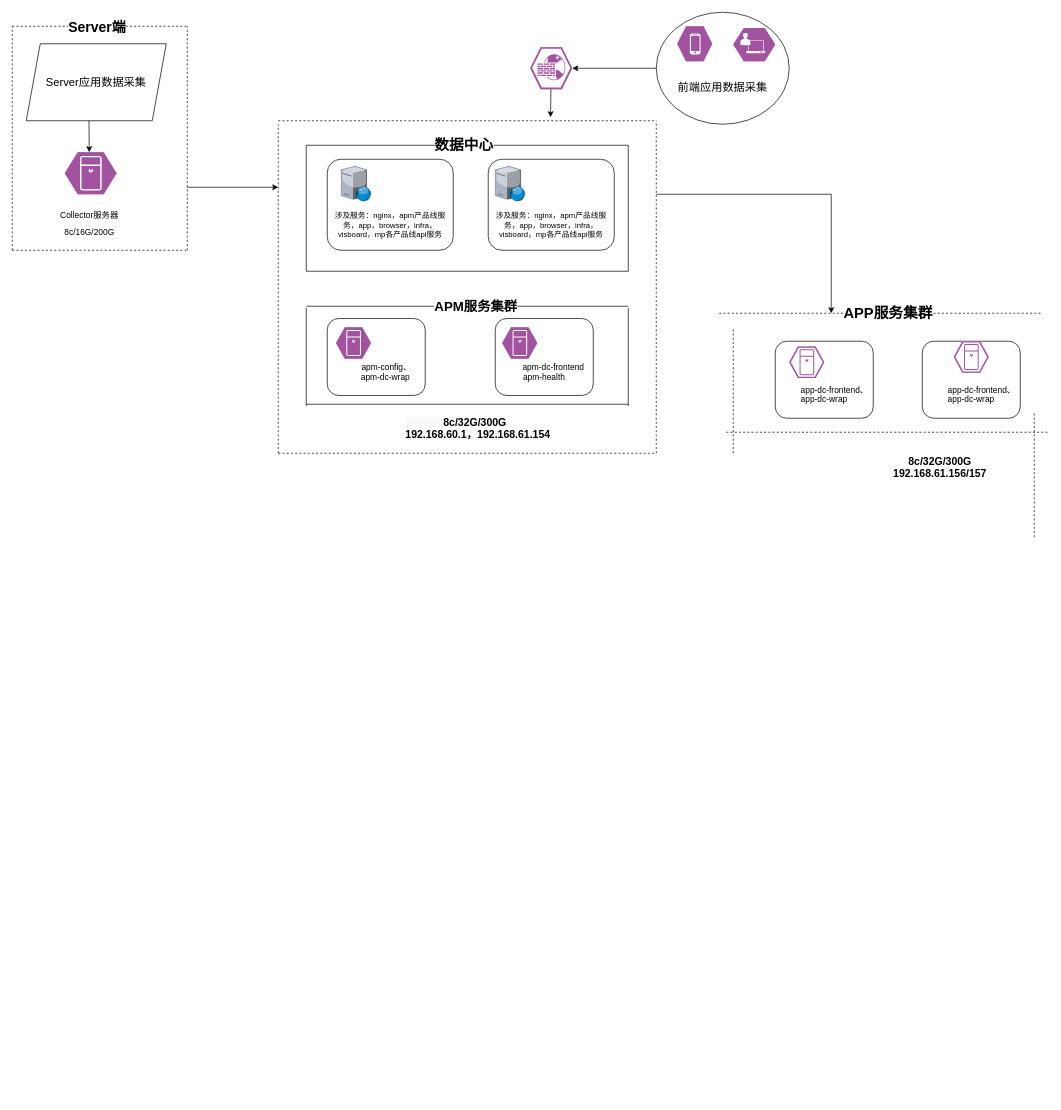
Earlier version of the draw.io diagram 联合利华.drawio (zeng0550/free-programming-books). Source tidied: cells renumbered, new cells numbered last; positions are measured from the earlier drawing's top-left corner, leaving out a move shared by most shapes. Both pictures are drawn from the tidied source at 70%, with x=0, y=0 at pixel (12, 12).
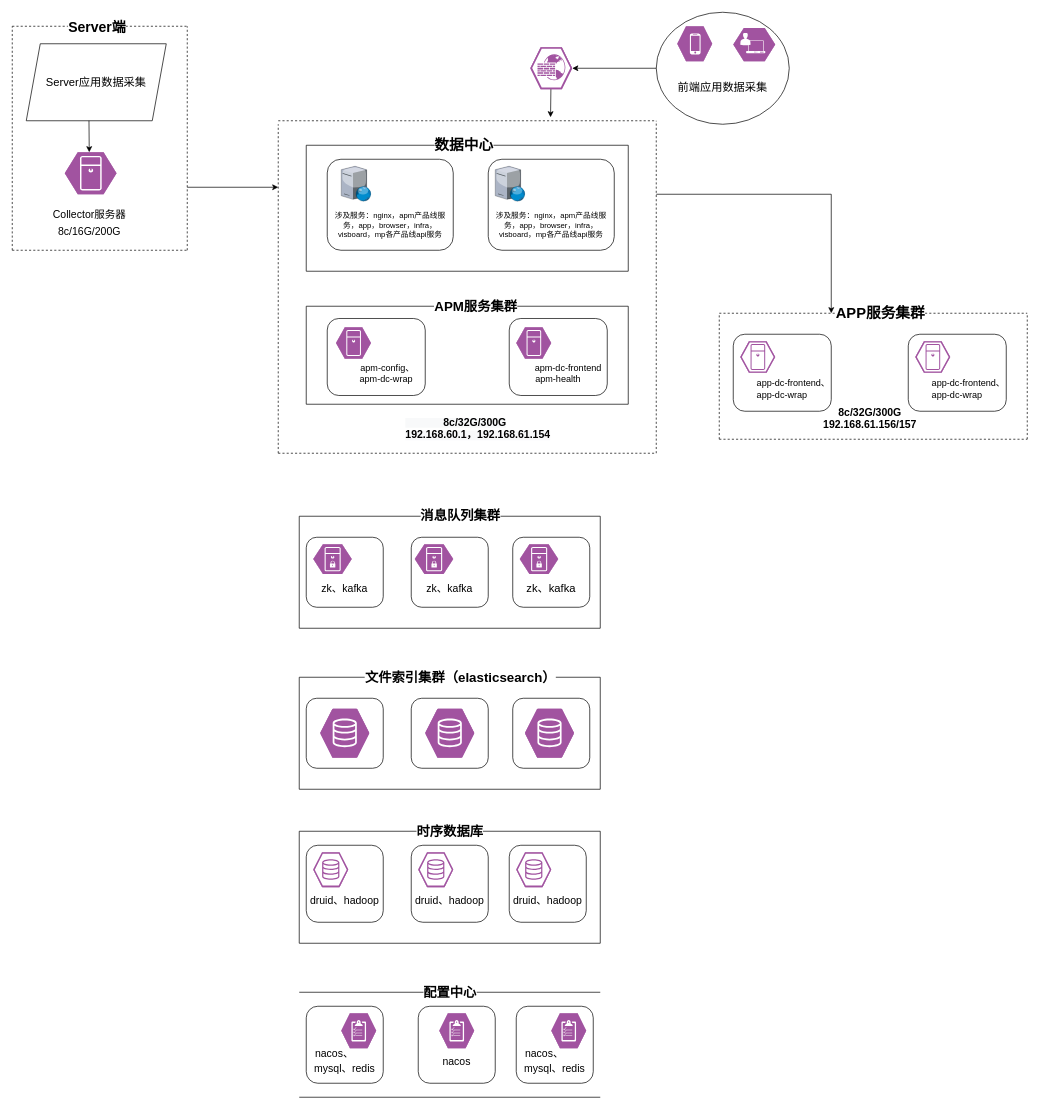
The same diagram, later.

Commit message (it also covers changes not shown here):
更新联合利华.drawio

What changed in the source:
```diff
@@
-    <mxCell id="14" value="&lt;font style=&quot;font-size: 12px;&quot;&gt;Collector服务器&lt;br&gt;8c/16G/200G&lt;/font&gt;" style="text;html=1;align=center;verticalAlign=middle;strokeColor=none;fillColor=none;fontSize=19;" parent="1" vertex="1">
-      <mxGeometry x="60" y="270" width="100" height="60" as="geometry" />
+    <mxCell id="14" value="&lt;font style=&quot;font-size: 15px;&quot;&gt;Collector服务器&lt;br&gt;8c/16G/200G&lt;/font&gt;" style="text;html=1;align=center;verticalAlign=middle;strokeColor=none;fillColor=none;fontSize=19;" parent="1" vertex="1">
+      <mxGeometry x="45" y="270" width="130" height="60" as="geometry" />
     </mxCell>
@@
     <mxCell id="27" style="endArrow=none;dashed=1;html=1;rounded=0;fontSize=11;" parent="1" edge="1">
       <mxGeometry relative="1" as="geometry">
         <mxPoint x="1010" y="430" as="sourcePoint" />
-        <mxPoint x="1470" y="430" as="targetPoint" />
+        <mxPoint x="1450" y="430" as="targetPoint" />
       </mxGeometry>
     </mxCell>
@@
     <mxCell id="29" style="endArrow=none;dashed=1;html=1;rounded=0;fontSize=11;" parent="1" edge="1">
       <mxGeometry relative="1" as="geometry">
-        <mxPoint x="1020" y="600" as="sourcePoint" />
-        <mxPoint x="1480" y="600" as="targetPoint" />
+        <mxPoint x="1010" y="610" as="sourcePoint" />
+        <mxPoint x="1450" y="610" as="targetPoint" />
       </mxGeometry>
     </mxCell>
     <mxCell id="30" style="endArrow=none;dashed=1;html=1;rounded=0;fontSize=11;" parent="1" edge="1">
       <mxGeometry relative="1" as="geometry">
-        <mxPoint x="1030" y="630" as="sourcePoint" />
-        <mxPoint x="1030" y="450" as="targetPoint" />
+        <mxPoint x="1010" y="610" as="sourcePoint" />
+        <mxPoint x="1010" y="430" as="targetPoint" />
       </mxGeometry>
     </mxCell>
     <mxCell id="31" style="endArrow=none;dashed=1;html=1;rounded=0;fontSize=11;" parent="1" edge="1">
       <mxGeometry relative="1" as="geometry">
-        <mxPoint x="1460" y="750" as="sourcePoint" />
-        <mxPoint x="1460" y="570" as="targetPoint" />
+        <mxPoint x="1450" y="610" as="sourcePoint" />
+        <mxPoint x="1450" y="430" as="targetPoint" />
       </mxGeometry>
     </mxCell>
-    <mxCell id="32" value="&lt;font style=&quot;font-size: 12px;&quot;&gt;&amp;nbsp; &amp;nbsp; &amp;nbsp;&lt;br&gt;&lt;br&gt;&amp;nbsp; &amp;nbsp; &amp;nbsp; &lt;br&gt;&amp;nbsp; &amp;nbsp; &amp;nbsp; &amp;nbsp; &amp;nbsp;app-dc-frontend、&lt;br&gt;app-dc-wrap&lt;/font&gt;" style="rounded=1;whiteSpace=wrap;html=1;" parent="1" vertex="1">
-      <mxGeometry x="1090" y="470" width="140" height="110" as="geometry" />
+    <mxCell id="32" value="&lt;font style=&quot;font-size: 13px;&quot;&gt;&amp;nbsp; &amp;nbsp; &amp;nbsp;&lt;br&gt;&lt;br&gt;&amp;nbsp; &amp;nbsp; &amp;nbsp; &lt;br&gt;&amp;nbsp; &amp;nbsp; &amp;nbsp; &amp;nbsp; &amp;nbsp;app-dc-frontend、&lt;br&gt;app-dc-wrap&lt;/font&gt;" style="rounded=1;whiteSpace=wrap;html=1;" parent="1" vertex="1">
+      <mxGeometry x="1030" y="460" width="140" height="110" as="geometry" />
     </mxCell>
     <mxCell id="33" style="verticalLabelPosition=bottom;sketch=0;html=1;fillColor=#A153A0;strokeColor=#ffffff;verticalAlign=top;align=center;shape=mxgraph.cisco_safe.compositeIcon;bgIcon=mxgraph.cisco_safe.design.blank_device;resIcon=mxgraph.cisco_safe.design.server_4;" parent="1" vertex="1">
-      <mxGeometry x="1110" y="477.5" width="50" height="45" as="geometry" />
+      <mxGeometry x="1040" y="470" width="50" height="45" as="geometry" />
     </mxCell>
-    <mxCell id="34" value="&lt;font style=&quot;font-size: 12px;&quot;&gt;&amp;nbsp; &amp;nbsp; &amp;nbsp;&lt;br&gt;&lt;br&gt;&amp;nbsp; &amp;nbsp; &amp;nbsp; &lt;br&gt;&amp;nbsp; &amp;nbsp; &amp;nbsp; &amp;nbsp; &amp;nbsp;app-dc-frontend、&lt;br&gt;app-dc-wrap&lt;/font&gt;" style="rounded=1;whiteSpace=wrap;html=1;" parent="1" vertex="1">
-      <mxGeometry x="1300" y="470" width="140" height="110" as="geometry" />
+    <mxCell id="34" value="&lt;font style=&quot;font-size: 13px;&quot;&gt;&amp;nbsp; &amp;nbsp; &amp;nbsp;&lt;br&gt;&lt;br&gt;&amp;nbsp; &amp;nbsp; &amp;nbsp; &lt;br&gt;&amp;nbsp; &amp;nbsp; &amp;nbsp; &amp;nbsp; &amp;nbsp;app-dc-frontend、&lt;br&gt;app-dc-wrap&lt;/font&gt;" style="rounded=1;whiteSpace=wrap;html=1;" parent="1" vertex="1">
+      <mxGeometry x="1280" y="460" width="140" height="110" as="geometry" />
     </mxCell>
     <mxCell id="35" style="verticalLabelPosition=bottom;sketch=0;html=1;fillColor=#A153A0;strokeColor=#ffffff;verticalAlign=top;align=center;shape=mxgraph.cisco_safe.compositeIcon;bgIcon=mxgraph.cisco_safe.design.blank_device;resIcon=mxgraph.cisco_safe.design.server_4;" parent="1" vertex="1">
-      <mxGeometry x="1345" y="470" width="50" height="45" as="geometry" />
+      <mxGeometry x="1290" y="470" width="50" height="45" as="geometry" />
     </mxCell>
     <mxCell id="36" value="&lt;b&gt;&lt;font style=&quot;font-size: 15px;&quot;&gt;8c/32G/300G&lt;br&gt;192.168.61.156/157&lt;br&gt;&lt;/font&gt;&lt;/b&gt;" style="text;html=1;align=center;verticalAlign=middle;strokeColor=none;fillColor=none;fontSize=12;" parent="1" vertex="1">
-      <mxGeometry x="1250" y="630" width="150" height="40" as="geometry" />
+      <mxGeometry x="1150" y="560" width="150" height="40" as="geometry" />
     </mxCell>
@@
-    <mxCell id="39" value="&lt;font style=&quot;font-size: 12px;&quot;&gt;&amp;nbsp; &amp;nbsp; &amp;nbsp;&lt;br&gt;&lt;br&gt;&amp;nbsp; &amp;nbsp; &amp;nbsp; &lt;br&gt;&amp;nbsp; &amp;nbsp; &amp;nbsp; &amp;nbsp; &amp;nbsp;apm-config、&lt;br&gt;&amp;nbsp; &amp;nbsp; &amp;nbsp; &amp;nbsp; apm-dc-wrap&lt;/font&gt;" style="rounded=1;whiteSpace=wrap;html=1;" parent="1" vertex="1">
+    <mxCell id="39" value="&lt;font style=&quot;font-size: 13px;&quot;&gt;&amp;nbsp; &amp;nbsp; &amp;nbsp;&lt;br&gt;&lt;br&gt;&amp;nbsp; &amp;nbsp; &amp;nbsp; &lt;br&gt;&amp;nbsp; &amp;nbsp; &amp;nbsp; &amp;nbsp; &amp;nbsp;apm-config、&lt;br&gt;&amp;nbsp; &amp;nbsp; &amp;nbsp; &amp;nbsp; apm-dc-wrap&lt;/font&gt;" style="rounded=1;whiteSpace=wrap;html=1;" parent="1" vertex="1">
       <mxGeometry x="450" y="437.5" width="140" height="110" as="geometry" />
     </mxCell>
-    <mxCell id="40" value="&lt;font style=&quot;font-size: 12px;&quot;&gt;&amp;nbsp; &amp;nbsp; &amp;nbsp;&lt;br&gt;&lt;br&gt;&amp;nbsp; &amp;nbsp; &amp;nbsp; &lt;br&gt;&amp;nbsp; &amp;nbsp; &amp;nbsp; &amp;nbsp; &amp;nbsp;apm-dc-frontend&amp;nbsp; apm-health&lt;br&gt;&lt;/font&gt;" style="rounded=1;whiteSpace=wrap;html=1;" parent="1" vertex="1">
-      <mxGeometry x="690" y="437.5" width="140" height="110" as="geometry" />
+    <mxCell id="40" value="&lt;font style=&quot;font-size: 13px;&quot;&gt;&amp;nbsp; &amp;nbsp; &amp;nbsp;&lt;br&gt;&lt;br&gt;&amp;nbsp; &amp;nbsp; &amp;nbsp; &lt;br&gt;&amp;nbsp; &amp;nbsp; &amp;nbsp; &amp;nbsp; &amp;nbsp;apm-dc-frontend&amp;nbsp; apm-health&lt;br&gt;&lt;/font&gt;" style="rounded=1;whiteSpace=wrap;html=1;" parent="1" vertex="1">
+      <mxGeometry x="710" y="437.5" width="140" height="110" as="geometry" />
     </mxCell>
@@
     <mxCell id="42" style="verticalLabelPosition=bottom;sketch=0;html=1;fillColor=#A153A0;strokeColor=#ffffff;verticalAlign=top;align=center;shape=mxgraph.cisco_safe.compositeIcon;bgIcon=mxgraph.cisco_safe.design.blank_device;resIcon=mxgraph.cisco_safe.design.server_2;" parent="1" vertex="1">
-      <mxGeometry x="700" y="450" width="50" height="45" as="geometry" />
+      <mxGeometry x="720" y="450" width="50" height="45" as="geometry" />
     </mxCell>
@@
     <mxCell id="46" style="endArrow=none;html=1;rounded=0;fontSize=11;" parent="1" edge="1">
       <mxGeometry relative="1" as="geometry">
-        <mxPoint x="420" y="562.5" as="sourcePoint" />
-        <mxPoint x="420" y="422.5" as="targetPoint" />
+        <mxPoint x="420" y="560" as="sourcePoint" />
+        <mxPoint x="420" y="420" as="targetPoint" />
       </mxGeometry>
     </mxCell>
     <mxCell id="47" style="endArrow=none;html=1;rounded=0;fontSize=11;" parent="1" edge="1">
       <mxGeometry relative="1" as="geometry">
-        <mxPoint x="880" y="562.5" as="sourcePoint" />
-        <mxPoint x="880" y="422.5" as="targetPoint" />
+        <mxPoint x="880" y="560" as="sourcePoint" />
+        <mxPoint x="880" y="420" as="targetPoint" />
         <Array as="points">
           <mxPoint x="880" y="482.5" />
         </Array>
       </mxGeometry>
     </mxCell>
@@
+    <mxCell id="52" style="endArrow=none;html=1;rounded=0;strokeColor=default;fontSize=19;" parent="1" edge="1">
+      <mxGeometry relative="1" as="geometry">
+        <mxPoint x="410" y="880" as="sourcePoint" />
+        <mxPoint x="410" y="720" as="targetPoint" />
+      </mxGeometry>
+    </mxCell>
+    <mxCell id="53" style="endArrow=none;html=1;rounded=0;strokeColor=default;fontSize=19;" parent="1" edge="1">
+      <mxGeometry relative="1" as="geometry">
+        <mxPoint x="840" y="880" as="sourcePoint" />
+        <mxPoint x="840" y="720" as="targetPoint" />
+      </mxGeometry>
+    </mxCell>
+    <mxCell id="54" style="endArrow=none;html=1;rounded=0;strokeColor=default;fontSize=19;" parent="1" edge="1">
+      <mxGeometry relative="1" as="geometry">
+        <mxPoint x="410" y="720" as="sourcePoint" />
+        <mxPoint x="840" y="720" as="targetPoint" />
+      </mxGeometry>
+    </mxCell>
+    <mxCell id="55" value="&lt;b&gt;消息队列集群&lt;/b&gt;" style="edgeLabel;html=1;align=center;verticalAlign=middle;fontSize=19;" parent="54" vertex="1">
+      <mxGeometry x="0.34" y="1" relative="1" as="geometry">
+        <mxPoint x="-59" as="offset" />
+      </mxGeometry>
+    </mxCell>
+    <mxCell id="56" style="endArrow=none;html=1;rounded=0;strokeColor=default;fontSize=19;" parent="1" edge="1">
+      <mxGeometry relative="1" as="geometry">
+        <mxPoint x="410" y="880" as="sourcePoint" />
+        <mxPoint x="840" y="880" as="targetPoint" />
+      </mxGeometry>
+    </mxCell>
+    <mxCell id="57" value="&amp;nbsp; &amp;nbsp; &amp;nbsp;&lt;br&gt;&lt;br&gt;&lt;font style=&quot;font-size: 15px;&quot;&gt;zk、kafka&lt;/font&gt;" style="rounded=1;whiteSpace=wrap;html=1;fontSize=19;" parent="1" vertex="1">
+      <mxGeometry x="420" y="750" width="110" height="100" as="geometry" />
+    </mxCell>
+    <mxCell id="58" style="verticalLabelPosition=bottom;sketch=0;html=1;fillColor=#A153A0;strokeColor=#ffffff;verticalAlign=top;align=center;shape=mxgraph.cisco_safe.compositeIcon;bgIcon=mxgraph.cisco_safe.design.blank_device;resIcon=mxgraph.cisco_safe.design.server_1;fontSize=19;" parent="1" vertex="1">
+      <mxGeometry x="430" y="760" width="55" height="42.5" as="geometry" />
+    </mxCell>
+    <mxCell id="59" value="&amp;nbsp; &amp;nbsp; &amp;nbsp;&lt;br&gt;&lt;br&gt;&lt;font style=&quot;font-size: 15px;&quot;&gt;zk、kafka&lt;/font&gt;" style="rounded=1;whiteSpace=wrap;html=1;fontSize=19;" parent="1" vertex="1">
+      <mxGeometry x="570" y="750" width="110" height="100" as="geometry" />
+    </mxCell>
+    <mxCell id="60" value="&amp;nbsp; &amp;nbsp; &amp;nbsp;&lt;br&gt;&lt;br&gt;&lt;font style=&quot;font-size: 16px;&quot;&gt;zk、kafka&lt;/font&gt;" style="rounded=1;whiteSpace=wrap;html=1;fontSize=19;" parent="1" vertex="1">
+      <mxGeometry x="715" y="750" width="110" height="100" as="geometry" />
+    </mxCell>
+    <mxCell id="61" style="verticalLabelPosition=bottom;sketch=0;html=1;fillColor=#A153A0;strokeColor=#ffffff;verticalAlign=top;align=center;shape=mxgraph.cisco_safe.compositeIcon;bgIcon=mxgraph.cisco_safe.design.blank_device;resIcon=mxgraph.cisco_safe.design.server_1;fontSize=19;" parent="1" vertex="1">
+      <mxGeometry x="575" y="760" width="55" height="42.5" as="geometry" />
+    </mxCell>
+    <mxCell id="62" style="verticalLabelPosition=bottom;sketch=0;html=1;fillColor=#A153A0;strokeColor=#ffffff;verticalAlign=top;align=center;shape=mxgraph.cisco_safe.compositeIcon;bgIcon=mxgraph.cisco_safe.design.blank_device;resIcon=mxgraph.cisco_safe.design.server_1;fontSize=19;" parent="1" vertex="1">
+      <mxGeometry x="725" y="760" width="55" height="42.5" as="geometry" />
+    </mxCell>
+    <mxCell id="63" style="endArrow=none;html=1;rounded=0;strokeColor=default;fontSize=19;" parent="1" edge="1">
+      <mxGeometry relative="1" as="geometry">
+        <mxPoint x="410" y="950" as="sourcePoint" />
+        <mxPoint x="840" y="950" as="targetPoint" />
+      </mxGeometry>
+    </mxCell>
+    <mxCell id="64" value="&lt;b&gt;文件索引集群（elasticsearch）&lt;/b&gt;" style="edgeLabel;html=1;align=center;verticalAlign=middle;fontSize=19;" parent="63" vertex="1">
+      <mxGeometry x="0.34" y="1" relative="1" as="geometry">
+        <mxPoint x="-59" y="1" as="offset" />
+      </mxGeometry>
+    </mxCell>
+    <mxCell id="65" style="endArrow=none;html=1;rounded=0;strokeColor=default;fontSize=19;" parent="1" edge="1">
+      <mxGeometry relative="1" as="geometry">
+        <mxPoint x="410" y="1110" as="sourcePoint" />
+        <mxPoint x="840" y="1110" as="targetPoint" />
+      </mxGeometry>
+    </mxCell>
+    <mxCell id="66" style="endArrow=none;html=1;rounded=0;strokeColor=default;fontSize=19;" parent="1" edge="1">
+      <mxGeometry relative="1" as="geometry">
+        <mxPoint x="840" y="1110" as="sourcePoint" />
+        <mxPoint x="840" y="950" as="targetPoint" />
+      </mxGeometry>
+    </mxCell>
+    <mxCell id="67" style="endArrow=none;html=1;rounded=0;strokeColor=default;fontSize=19;" parent="1" edge="1">
+      <mxGeometry relative="1" as="geometry">
+        <mxPoint x="410" y="1110" as="sourcePoint" />
+        <mxPoint x="410" y="950" as="targetPoint" />
+      </mxGeometry>
+    </mxCell>
+    <mxCell id="68" value="&amp;nbsp; &amp;nbsp; &amp;nbsp;&lt;br&gt;&lt;br&gt;" style="rounded=1;whiteSpace=wrap;html=1;fontSize=19;" parent="1" vertex="1">
+      <mxGeometry x="420" y="980" width="110" height="100" as="geometry" />
+    </mxCell>
+    <mxCell id="69" style="verticalLabelPosition=bottom;sketch=0;html=1;fillColor=#A153A0;strokeColor=#ffffff;verticalAlign=top;align=center;shape=mxgraph.cisco_safe.compositeIcon;bgIcon=mxgraph.cisco_safe.design.blank_device;resIcon=mxgraph.cisco_safe.design.storage_1;fontSize=13;" parent="1" vertex="1">
+      <mxGeometry x="440" y="995" width="70" height="70" as="geometry" />
+    </mxCell>
+    <mxCell id="70" value="&amp;nbsp; &amp;nbsp; &amp;nbsp;&lt;br&gt;&lt;br&gt;" style="rounded=1;whiteSpace=wrap;html=1;fontSize=19;" parent="1" vertex="1">
+      <mxGeometry x="570" y="980" width="110" height="100" as="geometry" />
+    </mxCell>
+    <mxCell id="71" value="&amp;nbsp; &amp;nbsp; &amp;nbsp;&lt;br&gt;&lt;br&gt;" style="rounded=1;whiteSpace=wrap;html=1;fontSize=19;" parent="1" vertex="1">
+      <mxGeometry x="715" y="980" width="110" height="100" as="geometry" />
+    </mxCell>
+    <mxCell id="72" style="verticalLabelPosition=bottom;sketch=0;html=1;fillColor=#A153A0;strokeColor=#ffffff;verticalAlign=top;align=center;shape=mxgraph.cisco_safe.compositeIcon;bgIcon=mxgraph.cisco_safe.design.blank_device;resIcon=mxgraph.cisco_safe.design.storage_1;fontSize=13;" parent="1" vertex="1">
+      <mxGeometry x="590" y="995" width="70" height="70" as="geometry" />
+    </mxCell>
+    <mxCell id="73" style="verticalLabelPosition=bottom;sketch=0;html=1;fillColor=#A153A0;strokeColor=#ffffff;verticalAlign=top;align=center;shape=mxgraph.cisco_safe.compositeIcon;bgIcon=mxgraph.cisco_safe.design.blank_device;resIcon=mxgraph.cisco_safe.design.storage_1;fontSize=13;" parent="1" vertex="1">
+      <mxGeometry x="732.5" y="995" width="70" height="70" as="geometry" />
+    </mxCell>
+    <mxCell id="74" style="endArrow=none;html=1;rounded=0;strokeColor=default;fontSize=19;" parent="1" edge="1">
+      <mxGeometry relative="1" as="geometry">
+        <mxPoint x="410" y="1170" as="sourcePoint" />
+        <mxPoint x="840" y="1170" as="targetPoint" />
+      </mxGeometry>
+    </mxCell>
+    <mxCell id="75" value="&lt;b&gt;时序数据库&lt;/b&gt;" style="edgeLabel;html=1;align=center;verticalAlign=middle;fontSize=19;" parent="74" vertex="1">
+      <mxGeometry x="0.34" y="1" relative="1" as="geometry">
+        <mxPoint x="-74" y="1" as="offset" />
+      </mxGeometry>
+    </mxCell>
+    <mxCell id="76" style="endArrow=none;html=1;rounded=0;strokeColor=default;fontSize=19;" parent="1" edge="1">
+      <mxGeometry relative="1" as="geometry">
+        <mxPoint x="410" y="1330" as="sourcePoint" />
+        <mxPoint x="840" y="1330" as="targetPoint" />
+      </mxGeometry>
+    </mxCell>
+    <mxCell id="77" style="endArrow=none;html=1;rounded=0;strokeColor=default;fontSize=19;" parent="1" edge="1">
+      <mxGeometry relative="1" as="geometry">
+        <mxPoint x="840" y="1330" as="sourcePoint" />
+        <mxPoint x="840" y="1170" as="targetPoint" />
+      </mxGeometry>
+    </mxCell>
+    <mxCell id="78" style="endArrow=none;html=1;rounded=0;strokeColor=default;fontSize=19;" parent="1" edge="1">
+      <mxGeometry relative="1" as="geometry">
+        <mxPoint x="410" y="1330" as="sourcePoint" />
+        <mxPoint x="410" y="1170" as="targetPoint" />
+      </mxGeometry>
+    </mxCell>
+    <mxCell id="79" value="&amp;nbsp; &lt;br&gt;&amp;nbsp; &amp;nbsp;&lt;br&gt;&lt;font style=&quot;font-size: 15px;&quot;&gt;druid、hadoop&lt;/font&gt;" style="rounded=1;whiteSpace=wrap;html=1;fontSize=19;" parent="1" vertex="1">
+      <mxGeometry x="420" y="1190" width="110" height="110" as="geometry" />
+    </mxCell>
+    <mxCell id="80" value="&lt;br&gt;&lt;br&gt;&lt;br&gt;" style="verticalLabelPosition=bottom;sketch=0;html=1;fillColor=#A153A0;strokeColor=#ffffff;verticalAlign=top;align=center;shape=mxgraph.cisco_safe.compositeIcon;bgIcon=mxgraph.cisco_safe.design.blank_device;resIcon=mxgraph.cisco_safe.design.storage;fontSize=13;" parent="1" vertex="1">
+      <mxGeometry x="430" y="1200" width="50" height="50" as="geometry" />
+    </mxCell>
+    <mxCell id="81" value="&amp;nbsp; &lt;br&gt;&amp;nbsp; &amp;nbsp;&lt;br&gt;&lt;font style=&quot;font-size: 15px;&quot;&gt;druid、hadoop&lt;/font&gt;" style="rounded=1;whiteSpace=wrap;html=1;fontSize=19;" parent="1" vertex="1">
+      <mxGeometry x="570" y="1190" width="110" height="110" as="geometry" />
+    </mxCell>
+    <mxCell id="82" value="&lt;br&gt;&lt;br&gt;&lt;br&gt;" style="verticalLabelPosition=bottom;sketch=0;html=1;fillColor=#A153A0;strokeColor=#ffffff;verticalAlign=top;align=center;shape=mxgraph.cisco_safe.compositeIcon;bgIcon=mxgraph.cisco_safe.design.blank_device;resIcon=mxgraph.cisco_safe.design.storage;fontSize=13;" parent="1" vertex="1">
+      <mxGeometry x="580" y="1200" width="50" height="50" as="geometry" />
+    </mxCell>
+    <mxCell id="83" value="&amp;nbsp; &lt;br&gt;&amp;nbsp; &amp;nbsp;&lt;br&gt;&lt;font style=&quot;font-size: 15px;&quot;&gt;druid、hadoop&lt;/font&gt;" style="rounded=1;whiteSpace=wrap;html=1;fontSize=19;" parent="1" vertex="1">
+      <mxGeometry x="710" y="1190" width="110" height="110" as="geometry" />
+    </mxCell>
+    <mxCell id="84" value="&lt;br&gt;&lt;br&gt;&lt;br&gt;" style="verticalLabelPosition=bottom;sketch=0;html=1;fillColor=#A153A0;strokeColor=#ffffff;verticalAlign=top;align=center;shape=mxgraph.cisco_safe.compositeIcon;bgIcon=mxgraph.cisco_safe.design.blank_device;resIcon=mxgraph.cisco_safe.design.storage;fontSize=13;" parent="1" vertex="1">
+      <mxGeometry x="720" y="1200" width="50" height="50" as="geometry" />
+    </mxCell>
+    <mxCell id="85" style="endArrow=none;html=1;rounded=0;strokeColor=default;fontSize=19;" parent="1" edge="1">
+      <mxGeometry relative="1" as="geometry">
+        <mxPoint x="410" y="1400" as="sourcePoint" />
+        <mxPoint x="840" y="1400" as="targetPoint" />
+      </mxGeometry>
+    </mxCell>
+    <mxCell id="86" value="&lt;b&gt;配置中心&lt;/b&gt;" style="edgeLabel;html=1;align=center;verticalAlign=middle;fontSize=19;" parent="85" vertex="1">
+      <mxGeometry x="0.34" y="1" relative="1" as="geometry">
+        <mxPoint x="-74" y="1" as="offset" />
+      </mxGeometry>
+    </mxCell>
+    <mxCell id="87" style="endArrow=none;html=1;rounded=0;strokeColor=default;fontSize=19;" parent="1" edge="1">
+      <mxGeometry relative="1" as="geometry">
+        <mxPoint x="410" y="1550" as="sourcePoint" />
+        <mxPoint x="840" y="1550" as="targetPoint" />
+      </mxGeometry>
+    </mxCell>
+    <mxCell id="88" value="&lt;font style=&quot;font-size: 15px;&quot;&gt;&amp;nbsp; &lt;br&gt;&amp;nbsp; &amp;nbsp;&lt;br&gt;nacos、&amp;nbsp; &amp;nbsp; &amp;nbsp; &amp;nbsp; mysql、redis&lt;/font&gt;" style="rounded=1;whiteSpace=wrap;html=1;fontSize=19;" parent="1" vertex="1">
+      <mxGeometry x="420" y="1420" width="110" height="110" as="geometry" />
+    </mxCell>
+    <mxCell id="89" style="verticalLabelPosition=bottom;sketch=0;html=1;fillColor=#A153A0;strokeColor=#ffffff;verticalAlign=top;align=center;shape=mxgraph.cisco_safe.compositeIcon;bgIcon=mxgraph.cisco_safe.design.blank_device;resIcon=mxgraph.cisco_safe.design.policy;fontSize=15;" parent="1" vertex="1">
+      <mxGeometry x="470" y="1430" width="50" height="50" as="geometry" />
+    </mxCell>
+    <mxCell id="90" value="&lt;font style=&quot;font-size: 15px;&quot;&gt;&amp;nbsp; &lt;br&gt;&amp;nbsp; &amp;nbsp;&lt;br&gt;nacos&lt;/font&gt;" style="rounded=1;whiteSpace=wrap;html=1;fontSize=19;" parent="1" vertex="1">
+      <mxGeometry x="580" y="1420" width="110" height="110" as="geometry" />
+    </mxCell>
+    <mxCell id="91" style="verticalLabelPosition=bottom;sketch=0;html=1;fillColor=#A153A0;strokeColor=#ffffff;verticalAlign=top;align=center;shape=mxgraph.cisco_safe.compositeIcon;bgIcon=mxgraph.cisco_safe.design.blank_device;resIcon=mxgraph.cisco_safe.design.policy;fontSize=15;" parent="1" vertex="1">
+      <mxGeometry x="610" y="1430" width="50" height="50" as="geometry" />
+    </mxCell>
+    <mxCell id="92" value="&lt;font style=&quot;font-size: 15px;&quot;&gt;&amp;nbsp; &lt;br&gt;&amp;nbsp; &amp;nbsp;&lt;br&gt;nacos、&amp;nbsp; &amp;nbsp; &amp;nbsp; &amp;nbsp; mysql、redis&lt;/font&gt;" style="rounded=1;whiteSpace=wrap;html=1;fontSize=19;" parent="1" vertex="1">
+      <mxGeometry x="720" y="1420" width="110" height="110" as="geometry" />
+    </mxCell>
+    <mxCell id="93" style="verticalLabelPosition=bottom;sketch=0;html=1;fillColor=#A153A0;strokeColor=#ffffff;verticalAlign=top;align=center;shape=mxgraph.cisco_safe.compositeIcon;bgIcon=mxgraph.cisco_safe.design.blank_device;resIcon=mxgraph.cisco_safe.design.policy;fontSize=15;" parent="1" vertex="1">
+      <mxGeometry x="770" y="1430" width="50" height="50" as="geometry" />
+    </mxCell>
```
